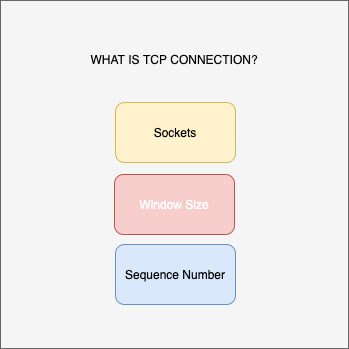
Earlier version of the draw.io export what is tcp connection.png (LuiBu/my-pictures). Source tidied: cells renumbered, new cells last; positions are measured from the earlier drawing's top-left corner, leaving out a move shared by most shapes. Its diagram source:
```xml
<mxGraphModel>
  <root>
    <mxCell id="0" />
    <mxCell id="1" parent="0" />
    <mxCell id="2" style="whiteSpace=wrap;html=1;fillColor=#f5f5f5;strokeColor=#666666;fontColor=#333333;" parent="1" vertex="1">
      <mxGeometry width="348" height="348" as="geometry" />
    </mxCell>
    <mxCell id="3" value="Sockets" style="rounded=1;whiteSpace=wrap;html=1;fillColor=#fff2cc;strokeColor=#d6b656;" parent="1" vertex="1">
      <mxGeometry x="115" y="102" width="120" height="60" as="geometry" />
    </mxCell>
    <mxCell id="4" value="&lt;font color=&quot;#ffffff&quot;&gt;Window Size&lt;/font&gt;" style="rounded=1;whiteSpace=wrap;html=1;fillColor=#f8cecc;strokeColor=#b85450;" parent="1" vertex="1">
      <mxGeometry x="114" y="174" width="120" height="60" as="geometry" />
    </mxCell>
    <mxCell id="5" value="Sequence Number" style="rounded=1;whiteSpace=wrap;html=1;fillColor=#dae8fc;strokeColor=#6c8ebf;" parent="1" vertex="1">
      <mxGeometry x="115" y="244" width="120" height="60" as="geometry" />
    </mxCell>
    <mxCell id="6" value="WHAT IS TCP CONNECTION?" style="text;html=1;strokeColor=none;fillColor=none;align=center;verticalAlign=middle;whiteSpace=wrap;rounded=0;" parent="1" vertex="1">
      <mxGeometry x="54" y="44" width="240" height="30" as="geometry" />
    </mxCell>
  </root>
</mxGraphModel>
```
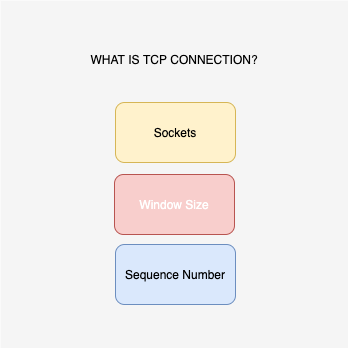
After the change.

Diff of the diagram source:
```diff
@@ -2,7 +2,7 @@
   <root>
     <mxCell id="0" />
     <mxCell id="1" parent="0" />
-    <mxCell id="2" style="whiteSpace=wrap;html=1;fillColor=#f5f5f5;strokeColor=#666666;fontColor=#333333;" parent="1" vertex="1">
+    <mxCell id="2" style="whiteSpace=wrap;html=1;fontColor=#333333;strokeWidth=0;fillColor=#f5f5f5;strokeColor=none;" parent="1" vertex="1">
       <mxGeometry width="348" height="348" as="geometry" />
     </mxCell>
     <mxCell id="3" value="Sockets" style="rounded=1;whiteSpace=wrap;html=1;fillColor=#fff2cc;strokeColor=#d6b656;" parent="1" vertex="1">
```
